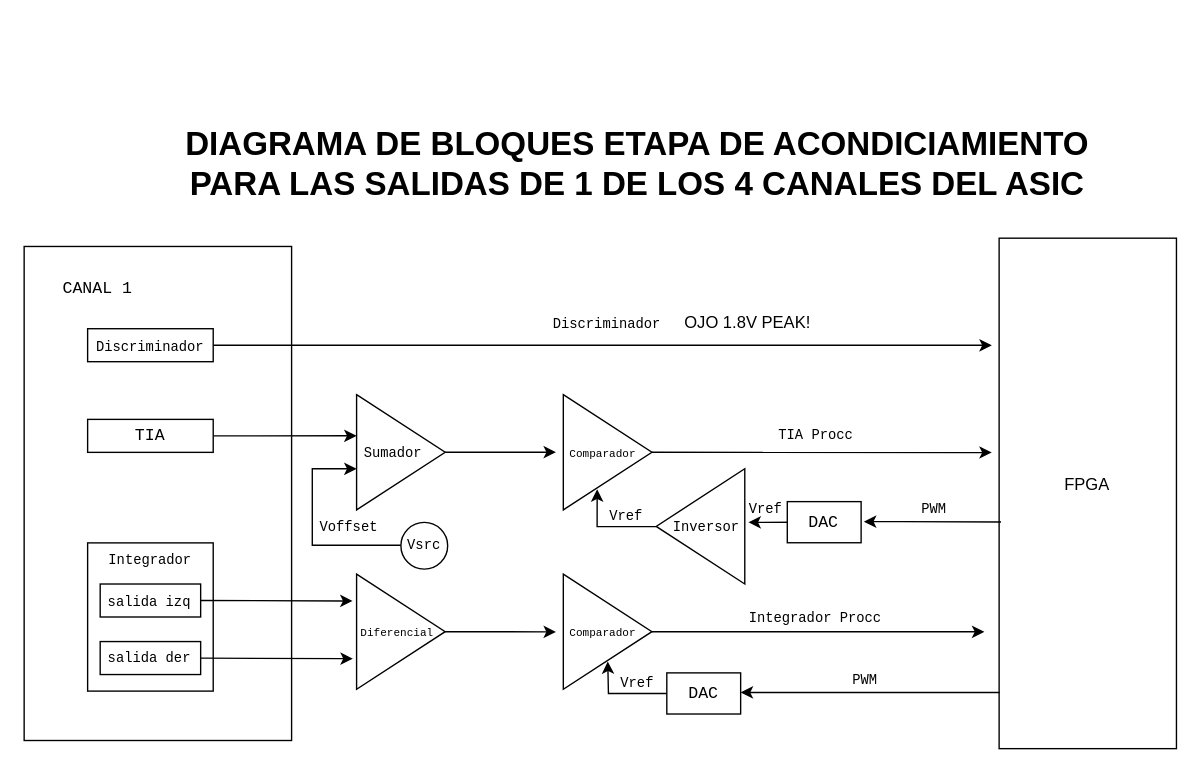
Before: page "Accond_Procc" (2 of 4) of Diagrams/OverView.drawio in HALxmont/ChipVerification, a draw.io diagram. Source tidied: cells renumbered, new cells numbered last; positions are measured from the earlier drawing's top-left corner, leaving out a move shared by most shapes. Both pictures are drawn from the tidied source at 138%, with x=0, y=0 at pixel (23, 23).
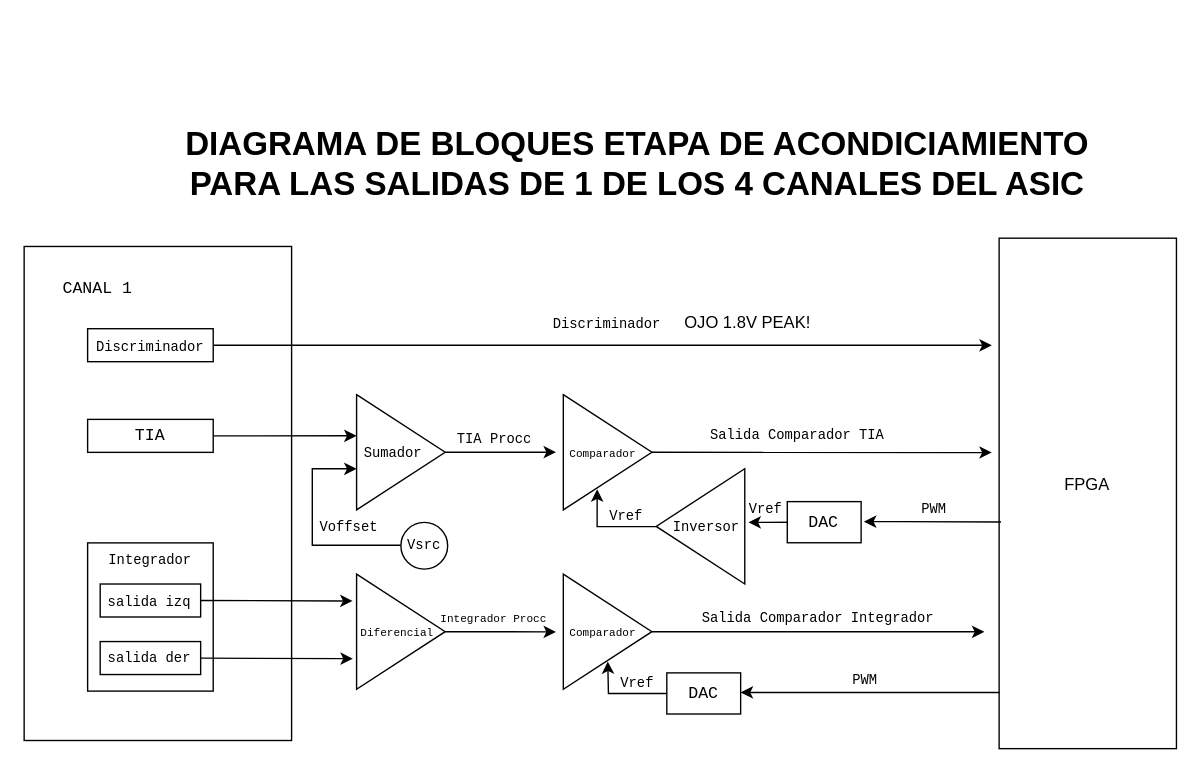
After the change.

The edit, as a diff of the source:
```diff
@@
-    <mxCell id="52" value="&lt;font style=&quot;font-size: 10px&quot; face=&quot;Courier New&quot;&gt;TIA Procc&lt;/font&gt;" style="text;html=1;strokeColor=none;fillColor=none;align=center;verticalAlign=middle;whiteSpace=wrap;rounded=0;" parent="1" vertex="1">
-      <mxGeometry x="538" y="286.4" width="71.6" height="20.7" as="geometry" />
+    <mxCell id="52" value="&lt;font style=&quot;font-size: 10px&quot; face=&quot;Courier New&quot;&gt;Salida Comparador TIA &lt;/font&gt;" style="text;html=1;strokeColor=none;fillColor=none;align=center;verticalAlign=middle;whiteSpace=wrap;rounded=0;" parent="1" vertex="1">
+      <mxGeometry x="478" y="286.4" width="165" height="20.7" as="geometry" />
     </mxCell>
-    <mxCell id="53" value="&lt;font style=&quot;font-size: 10px&quot; face=&quot;Courier New&quot;&gt;Integrador Procc&lt;/font&gt;" style="text;html=1;strokeColor=none;fillColor=none;align=center;verticalAlign=middle;whiteSpace=wrap;rounded=0;" parent="1" vertex="1">
-      <mxGeometry x="513.1" y="419.2" width="121.4" height="20.7" as="geometry" />
-    </mxCell>
@@
+    <mxCell id="57" value="&lt;font style=&quot;font-size: 10px&quot; face=&quot;Courier New&quot;&gt;TIA Procc&lt;/font&gt;" style="text;html=1;strokeColor=none;fillColor=none;align=center;verticalAlign=middle;whiteSpace=wrap;rounded=0;" parent="1" vertex="1">
+      <mxGeometry x="304.7" y="289.5" width="71.6" height="20.7" as="geometry" />
+    </mxCell>
+    <mxCell id="53" value="&lt;font style=&quot;font-size: 8px&quot; face=&quot;Courier New&quot;&gt;Integrador Procc&lt;/font&gt;" style="text;html=1;strokeColor=none;fillColor=none;align=center;verticalAlign=middle;whiteSpace=wrap;rounded=0;" parent="1" vertex="1">
+      <mxGeometry x="299.2" y="419.2" width="82.5" height="20.7" as="geometry" />
+    </mxCell>
+    <mxCell id="58" value="&lt;font style=&quot;font-size: 10px&quot; face=&quot;Courier New&quot;&gt;Salida Comparador Integrador &lt;/font&gt;" style="text;html=1;strokeColor=none;fillColor=none;align=center;verticalAlign=middle;whiteSpace=wrap;rounded=0;" parent="1" vertex="1">
+      <mxGeometry x="473" y="419.2" width="205" height="20.7" as="geometry" />
+    </mxCell>
```
